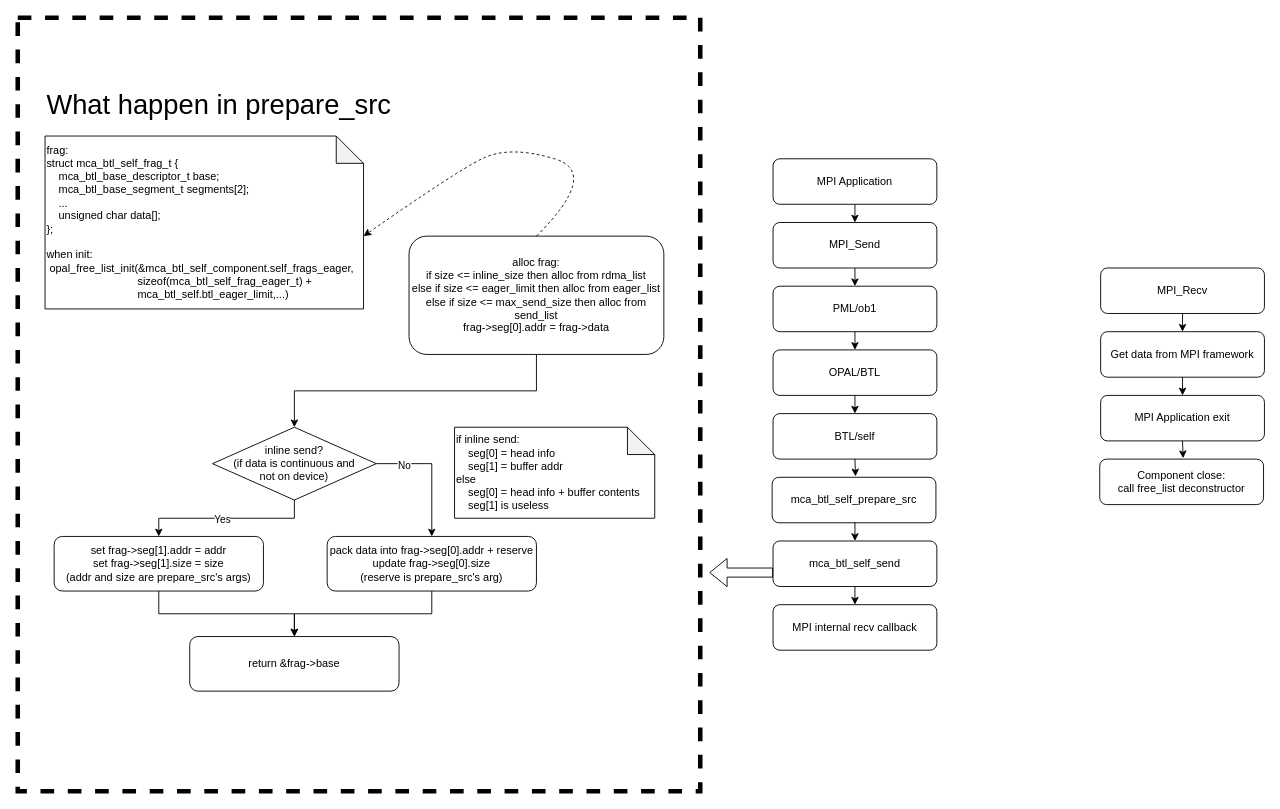
Above: ompi/btl-self-send-flow.drawio in Troyself/img-design-draw-io (draw.io), before the change. Source tidied: cells renumbered, new cells numbered last; positions are measured from the earlier drawing's top-left corner, leaving out a move shared by most shapes. Both pictures are drawn from the tidied source at 91%, with x=0, y=0 at pixel (17, 17).
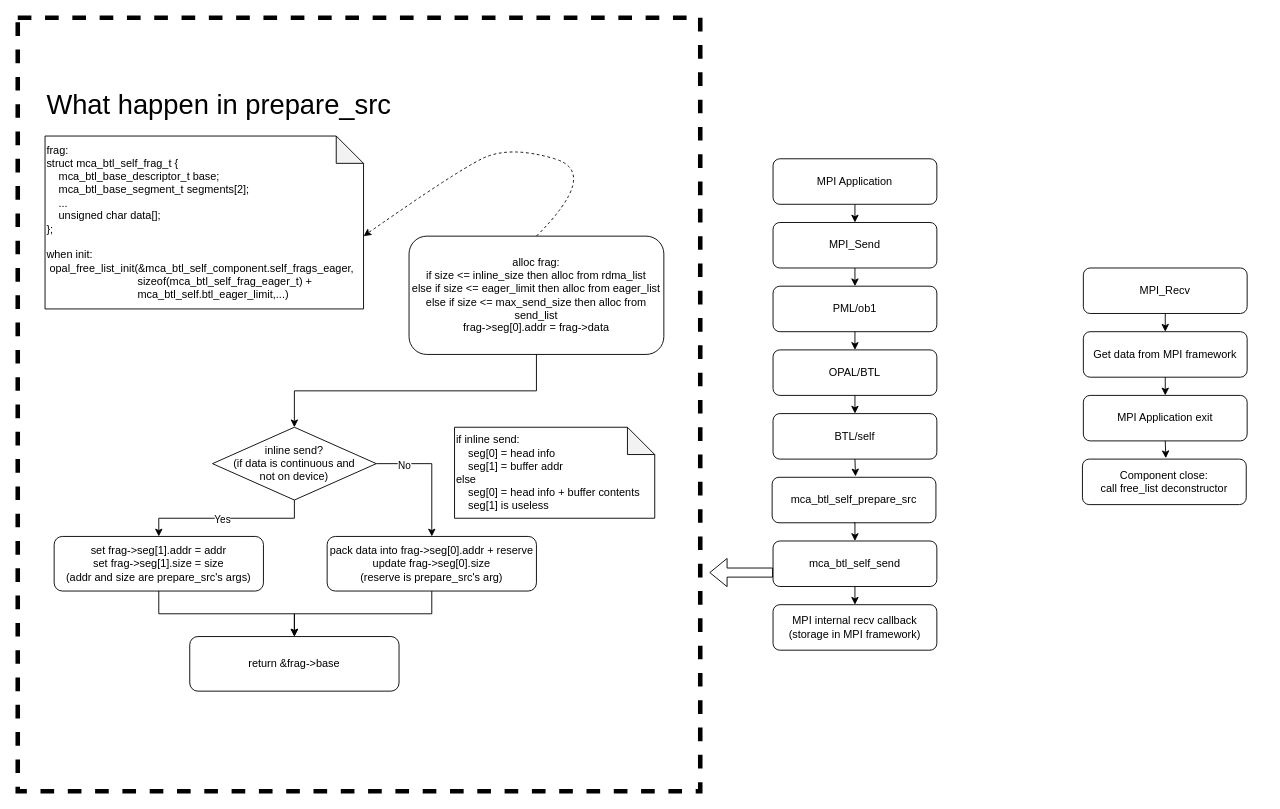
The same page after the edit.

Diff of the diagram source:
```diff
@@
     <mxCell id="35" value="MPI_Recv" style="rounded=1;whiteSpace=wrap;html=1;fillColor=none;" parent="1" vertex="1">
-      <mxGeometry x="1190" y="275" width="180" height="50" as="geometry" />
+      <mxGeometry x="1171" y="275" width="180" height="50" as="geometry" />
     </mxCell>
@@
     <mxCell id="37" value="Get data from MPI framework" style="rounded=1;whiteSpace=wrap;html=1;fillColor=none;" parent="1" vertex="1">
-      <mxGeometry x="1190" y="345" width="180" height="50" as="geometry" />
+      <mxGeometry x="1171" y="345" width="180" height="50" as="geometry" />
     </mxCell>
     <mxCell id="38" value="MPI Application exit" style="rounded=1;whiteSpace=wrap;html=1;fillColor=none;" parent="1" vertex="1">
-      <mxGeometry x="1190" y="415" width="180" height="50" as="geometry" />
+      <mxGeometry x="1171" y="415" width="180" height="50" as="geometry" />
     </mxCell>
     <mxCell id="39" value="Component close:&lt;div&gt;call free_list deconstructor&lt;/div&gt;" style="rounded=1;whiteSpace=wrap;html=1;fillColor=none;" parent="1" vertex="1">
-      <mxGeometry x="1189" y="485" width="180" height="50" as="geometry" />
+      <mxGeometry x="1170" y="485" width="180" height="50" as="geometry" />
     </mxCell>
@@
-    <mxCell id="41" value="MPI internal recv callback" style="rounded=1;whiteSpace=wrap;html=1;fillColor=none;" parent="1" vertex="1">
+    <mxCell id="41" value="MPI internal recv callback&lt;div&gt;(storage in MPI framework)&lt;/div&gt;" style="rounded=1;whiteSpace=wrap;html=1;fillColor=none;" parent="1" vertex="1">
       <mxGeometry x="830" y="645" width="180" height="50" as="geometry" />
     </mxCell>
```
